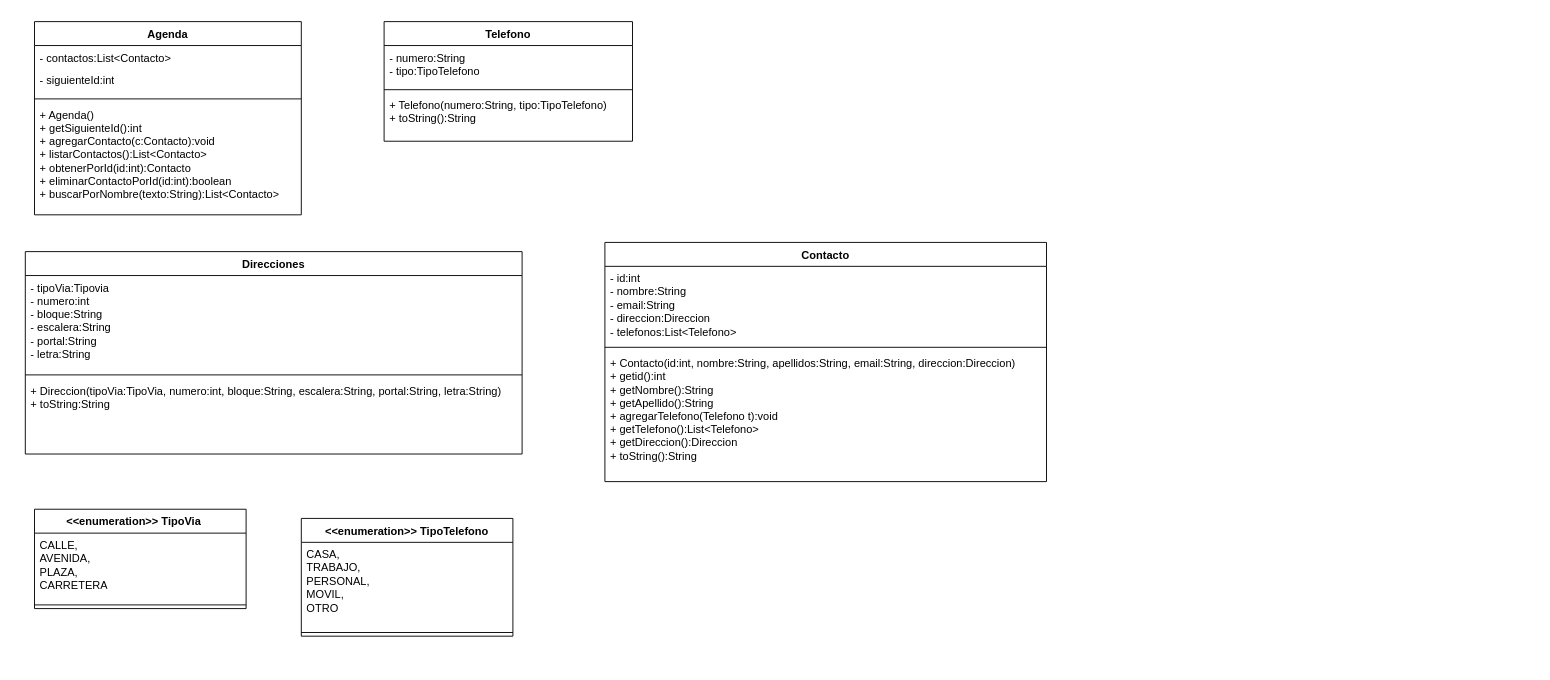
jgonbur142/P02_Ingenieria_Inversa keeps this draw.io diagram as assets/diagrama.drawio. Above is the earlier version. Source tidied: cells renumbered, new cells numbered last; positions are measured from the earlier drawing's top-left corner, leaving out a move shared by most shapes. Both pictures are drawn from the tidied source at 92%, with x=0, y=0 at pixel (25, 21).
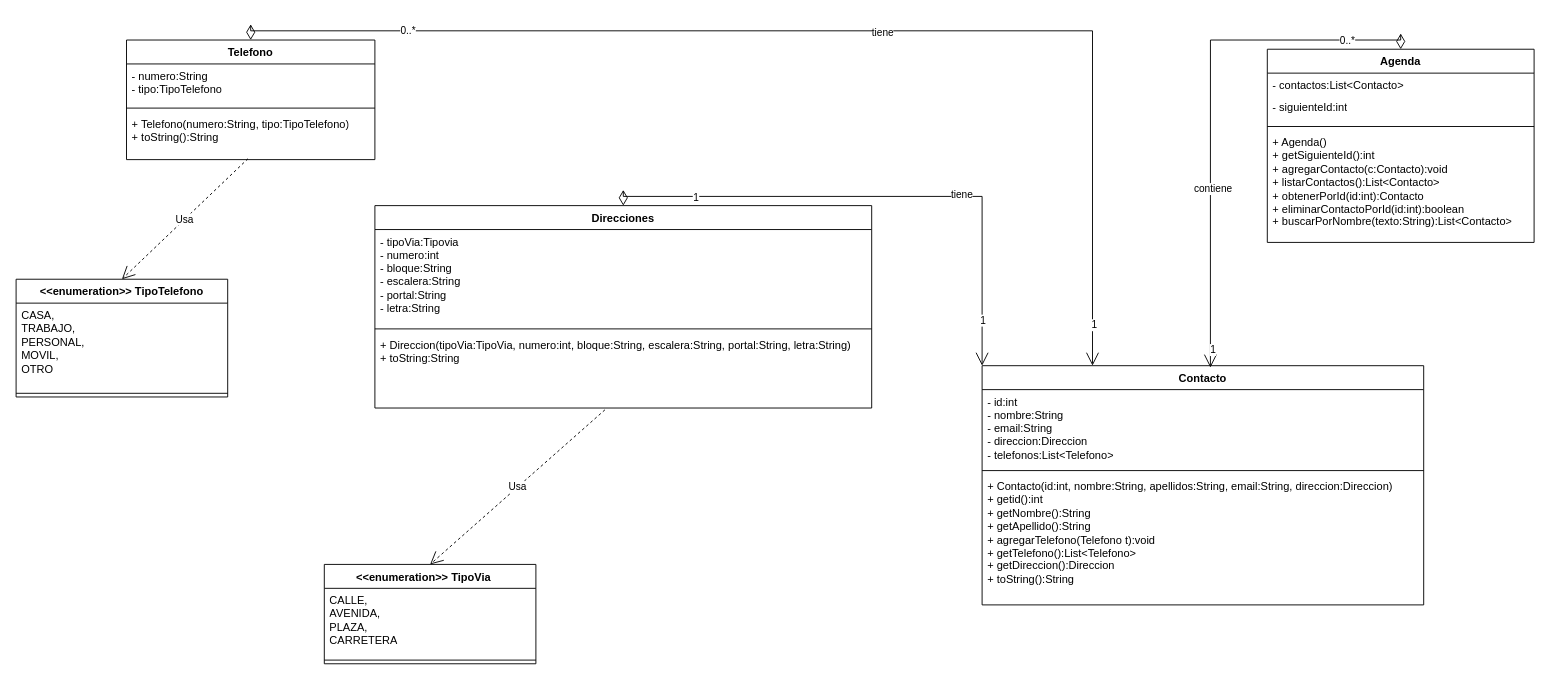
The same page after the edit.

Commit message (it also covers changes not shown here):
||Trabajo en clase|| version editada del .java + diagrama

The change refers to these unchanged cells:
```xml
<mxCell id="10" value="+ Telefono(numero:String, tipo:TipoTelefono)&lt;div&gt;+ toString():String&lt;/div&gt;" style="text;strokeColor=none;fillColor=none;align=left;verticalAlign=top;spacingLeft=4;spacingRight=4;overflow=hidden;points=[[0,0.5],[1,0.5]];portConstraint=eastwest;whiteSpace=wrap;html=1;" parent="7" vertex="1">
  <mxGeometry y="78" width="270" height="52" as="geometry" />
</mxCell>
<mxCell id="14" value="+ Direccion(tipoVia:TipoVia, numero:int, bloque:String, escalera:String, portal:String, letra:String)&lt;div&gt;+ toString:String&lt;/div&gt;" style="text;strokeColor=none;fillColor=none;align=left;verticalAlign=top;spacingLeft=4;spacingRight=4;overflow=hidden;points=[[0,0.5],[1,0.5]];portConstraint=eastwest;whiteSpace=wrap;html=1;" parent="11" vertex="1">
  <mxGeometry y="138" width="540" height="82" as="geometry" />
</mxCell>
```

Change to the diagram source:
```diff
@@
     <mxCell id="2" value="Agenda" style="swimlane;fontStyle=1;align=center;verticalAlign=top;horizontal=1;startSize=26;whiteSpace=wrap;html=1;" parent="1" vertex="1">
-      <mxGeometry x="10" width="290" height="210" as="geometry" />
+      <mxGeometry x="1350" y="30" width="290" height="210" as="geometry" />
     </mxCell>
@@
     <mxCell id="7" value="Telefono" style="swimlane;fontStyle=1;align=center;verticalAlign=top;horizontal=1;startSize=26;whiteSpace=wrap;html=1;" parent="1" vertex="1">
-      <mxGeometry x="390" width="270" height="130" as="geometry" />
+      <mxGeometry x="110" y="20" width="270" height="130" as="geometry" />
     </mxCell>
@@
     <mxCell id="11" value="Direcciones" style="swimlane;fontStyle=1;align=center;verticalAlign=top;horizontal=1;startSize=26;whiteSpace=wrap;html=1;" parent="1" vertex="1">
-      <mxGeometry y="250" width="540" height="220" as="geometry" />
+      <mxGeometry x="380" y="200" width="540" height="220" as="geometry" />
     </mxCell>
@@
     <mxCell id="15" value="Contacto" style="swimlane;fontStyle=1;align=center;verticalAlign=top;horizontal=1;startSize=26;whiteSpace=wrap;html=1;" parent="1" vertex="1">
-      <mxGeometry x="630" y="240" width="480" height="260" as="geometry" />
+      <mxGeometry x="1040" y="374" width="480" height="260" as="geometry" />
     </mxCell>
@@
     <mxCell id="19" value="&amp;lt;&amp;lt;enumeration&amp;gt;&amp;gt; TipoVia&lt;span style=&quot;white-space: pre;&quot;&gt;&#9;&lt;/span&gt;" style="swimlane;fontStyle=1;align=center;verticalAlign=top;horizontal=1;startSize=26;whiteSpace=wrap;html=1;" parent="1" vertex="1">
-      <mxGeometry x="10" y="530" width="230" height="108" as="geometry" />
+      <mxGeometry x="325" y="590" width="230" height="108" as="geometry" />
     </mxCell>
@@
     <mxCell id="22" value="&amp;lt;&amp;lt;enumeration&amp;gt;&amp;gt; TipoTelefono" style="swimlane;fontStyle=1;align=center;verticalAlign=top;horizontal=1;startSize=26;whiteSpace=wrap;html=1;" parent="1" vertex="1">
-      <mxGeometry x="300" y="540" width="230" height="128" as="geometry" />
+      <mxGeometry x="-10" y="280" width="230" height="128" as="geometry" />
     </mxCell>
@@
+    <mxCell id="25" style="endArrow=open;html=1;endSize=12;startArrow=diamondThin;startSize=14;startFill=0;edgeStyle=orthogonalEdgeStyle;align=left;verticalAlign=bottom;rounded=0;entryX=0.517;entryY=0.008;entryDx=0;entryDy=0;entryPerimeter=0;exitX=0.5;exitY=0;exitDx=0;exitDy=0;" parent="1" edge="1" source="2" target="15">
+      <mxGeometry x="-1" y="3" relative="1" as="geometry" />
+    </mxCell>
+    <mxCell id="26" value="contiene" style="edgeLabel;html=1;align=center;verticalAlign=middle;" parent="25" vertex="1">
+      <mxGeometry x="0.32" y="2" relative="1" as="geometry" />
+    </mxCell>
+    <mxCell id="27" value="1" style="edgeLabel;html=1;align=center;verticalAlign=middle;" parent="25" vertex="1">
+      <mxGeometry x="0.93" y="2" relative="1" as="geometry" />
+    </mxCell>
+    <mxCell id="28" value="0..*" style="edgeLabel;html=1;align=center;verticalAlign=middle;" parent="25" vertex="1">
+      <mxGeometry x="-0.76" relative="1" as="geometry" />
+    </mxCell>
+    <mxCell id="29" style="endArrow=open;html=1;endSize=12;startArrow=diamondThin;startSize=14;startFill=0;edgeStyle=orthogonalEdgeStyle;align=left;verticalAlign=bottom;rounded=0;exitX=0.5;exitY=0;exitDx=0;exitDy=0;entryX=0.25;entryY=0;entryDx=0;entryDy=0;" parent="1" edge="1" source="7" target="15">
+      <mxGeometry x="-1" y="3" relative="1" as="geometry" />
+    </mxCell>
+    <mxCell id="30" value="0..*" style="edgeLabel;html=1;align=center;verticalAlign=middle;" parent="29" vertex="1">
+      <mxGeometry x="-0.72" y="1" relative="1" as="geometry" />
+    </mxCell>
+    <mxCell id="31" value="1" style="edgeLabel;html=1;align=center;verticalAlign=middle;" parent="29" vertex="1">
+      <mxGeometry x="0.93" y="1" relative="1" as="geometry" />
+    </mxCell>
+    <mxCell id="32" value="tiene" style="edgeLabel;html=1;align=center;verticalAlign=middle;" parent="29" vertex="1">
+      <mxGeometry x="0.08" y="-1" relative="1" as="geometry" />
+    </mxCell>
+    <mxCell id="33" style="endArrow=open;html=1;endSize=12;startArrow=diamondThin;startSize=14;startFill=0;edgeStyle=orthogonalEdgeStyle;align=left;verticalAlign=bottom;rounded=0;exitX=0.5;exitY=0;exitDx=0;exitDy=0;entryX=0;entryY=0;entryDx=0;entryDy=0;" parent="1" edge="1" source="11" target="15">
+      <mxGeometry x="-1" y="3" relative="1" as="geometry" />
+    </mxCell>
+    <mxCell id="34" value="1" style="edgeLabel;html=1;align=center;verticalAlign=middle;" parent="33" vertex="1">
+      <mxGeometry x="-0.7" relative="1" as="geometry" />
+    </mxCell>
+    <mxCell id="35" value="1" style="edgeLabel;html=1;align=center;verticalAlign=middle;" parent="33" vertex="1">
+      <mxGeometry x="0.83" relative="1" as="geometry" />
+    </mxCell>
+    <mxCell id="36" value="tiene" style="edgeLabel;html=1;align=center;verticalAlign=middle;" parent="33" vertex="1">
+      <mxGeometry x="0.29" y="3" relative="1" as="geometry" />
+    </mxCell>
+    <mxCell id="37" value="Usa" style="endArrow=open;endSize=12;dashed=1;html=1;rounded=0;exitX=0.489;exitY=0.981;exitDx=0;exitDy=0;entryX=0.5;entryY=0;entryDx=0;entryDy=0;exitPerimeter=0;" parent="1" edge="1" source="10" target="22">
+      <mxGeometry relative="1" as="geometry" />
+    </mxCell>
+    <mxCell id="38" value="Usa" style="endArrow=open;endSize=12;dashed=1;html=1;rounded=0;exitX=0.463;exitY=1.024;exitDx=0;exitDy=0;entryX=0.5;entryY=0;entryDx=0;entryDy=0;exitPerimeter=0;" parent="1" edge="1" source="14" target="19">
+      <mxGeometry relative="1" as="geometry" />
+    </mxCell>
```
